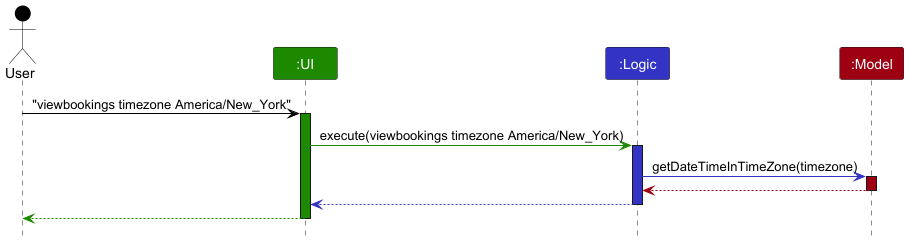
tathan08/tp keeps this PlantUML diagram as docs/images/TimeZoneViewDiffTimezoneSequence.png. Above is the earlier version.
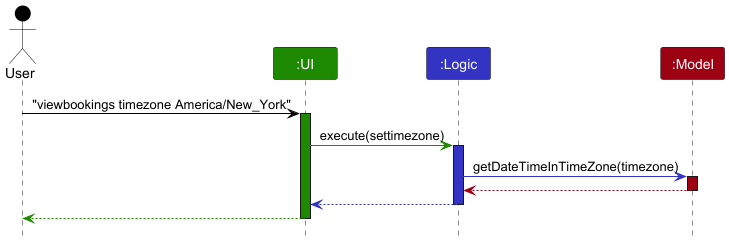
Later version of the same file.

What changed in the source:
```diff
@@ -10,7 +10,7 @@
 user -[USER_COLOR]> ui : "viewbookings timezone America/New_York"
 activate ui UI_COLOR
 
-ui -[UI_COLOR]> logic : execute(viewbookings timezone America/New_York)
+ui -[UI_COLOR]> logic : execute(settimezone)
 activate logic LOGIC_COLOR
 
 logic -[LOGIC_COLOR]> model : getDateTimeInTimeZone(timezone)
```
